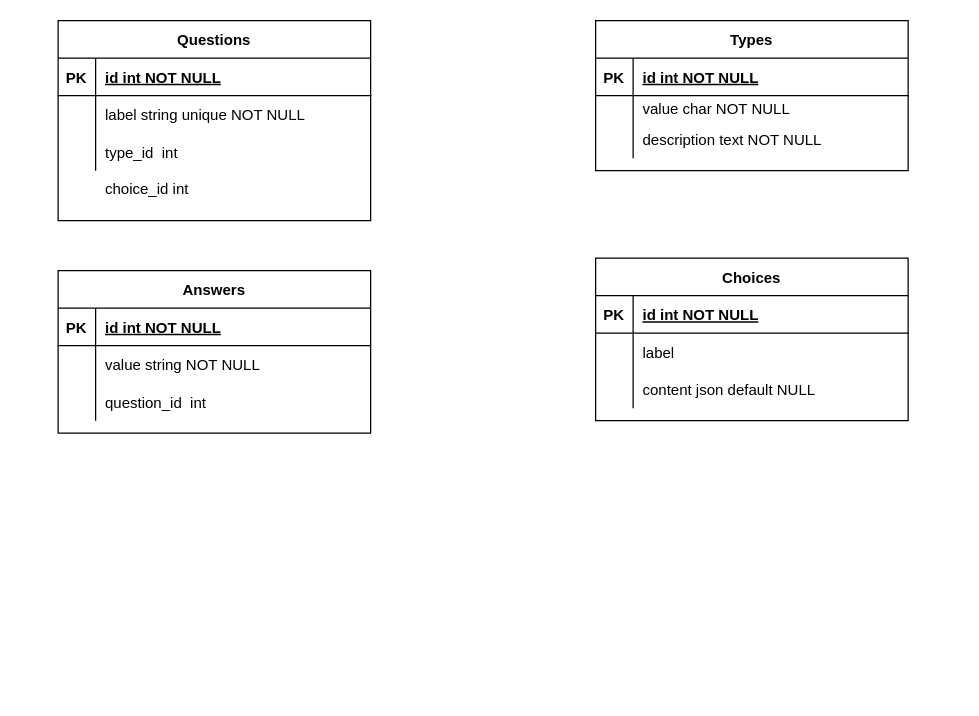
The draw.io diagram Untitled Diagram.drawio in tsioryras/conception_bigscreen, before the edit. Source tidied: cells renumbered, new cells numbered last; positions are measured from the earlier drawing's top-left corner, leaving out a move shared by most shapes. Both pictures are drawn from the tidied source at 125%, with x=0, y=0 at pixel (32, 20).
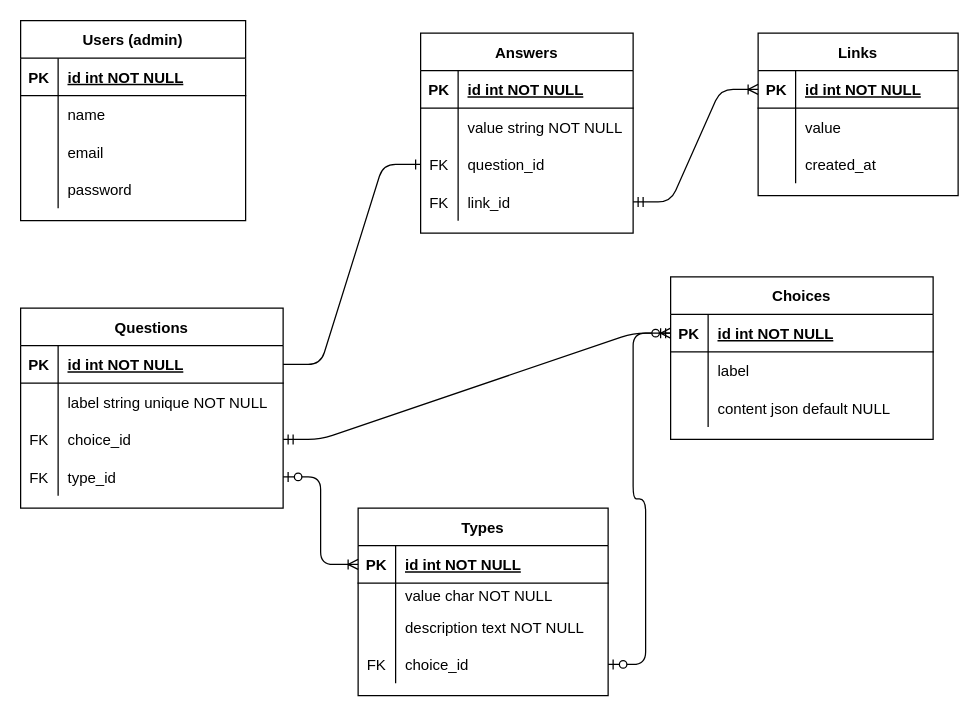
The same page after the edit.

Commit message:
all sheme done

Diff of the diagram source:
```diff
@@
-    <mxCell id="4" value="choice_id int " style="shape=partialRectangle;overflow=hidden;fillColor=none;top=0;left=0;bottom=0;right=0;align=left;spacingLeft=6;" parent="1" vertex="1">
-      <mxGeometry x="50" y="120" width="220" height="29" as="geometry" />
-    </mxCell>
+    <mxCell id="45" style="edgeStyle=entityRelationEdgeStyle;fontSize=12;html=1;endArrow=ERoneToMany;startArrow=ERmandOne;entryX=0;entryY=0.5;entryDx=0;entryDy=0;" parent="1" edge="1" source="60" target="64">
+      <mxGeometry relative="1" as="geometry" />
+    </mxCell>
+    <mxCell id="46" style="edgeStyle=entityRelationEdgeStyle;fontSize=12;html=1;endArrow=ERzeroToMany;startArrow=ERzeroToOne;entryX=0;entryY=0.5;entryDx=0;entryDy=0;exitX=1;exitY=0.5;exitDx=0;exitDy=0;" parent="1" edge="1" source="47" target="16">
+      <mxGeometry relative="1" as="geometry" />
+    </mxCell>
     <mxCell id="5" value="Types" style="shape=table;startSize=30;childLayout=tableLayout;rowLines=0;fontStyle=1;align=center;" parent="1" vertex="1">
-      <mxGeometry x="450" width="250" height="120" as="geometry" />
+      <mxGeometry x="260" y="390" width="200" height="150" as="geometry" />
     </mxCell>
     <mxCell id="6" style="shape=partialRectangle;fillColor=none;points=[[0,0.5],[1,0.5]];portConstraint=eastwest;top=0;left=0;right=0;bottom=1;" parent="5" vertex="1">
-      <mxGeometry y="30" width="250" height="30" as="geometry" />
+      <mxGeometry y="30" width="200" height="30" as="geometry" />
     </mxCell>
@@
     <mxCell id="8" value="id int NOT NULL " style="shape=partialRectangle;overflow=hidden;fillColor=none;top=0;left=0;bottom=0;right=0;align=left;spacingLeft=6;fontStyle=5;" parent="6" vertex="1">
-      <mxGeometry x="30" width="220" height="30" as="geometry" />
+      <mxGeometry x="30" width="170" height="30" as="geometry" />
     </mxCell>
     <mxCell id="9" style="shape=partialRectangle;fillColor=none;top=0;left=0;right=0;bottom=0;" parent="5" vertex="1">
-      <mxGeometry y="60" width="250" height="20" as="geometry" />
+      <mxGeometry y="60" width="200" height="20" as="geometry" />
     </mxCell>
@@
     <mxCell id="11" value="value char NOT NULL" style="shape=partialRectangle;overflow=hidden;fillColor=none;top=0;left=0;bottom=0;right=0;align=left;spacingLeft=6;" parent="9" vertex="1">
-      <mxGeometry x="30" width="220" height="20" as="geometry" />
+      <mxGeometry x="30" width="170" height="20" as="geometry" />
     </mxCell>
     <mxCell id="12" style="shape=partialRectangle;fillColor=none;top=0;left=0;right=0;bottom=0;" parent="5" vertex="1">
-      <mxGeometry y="80" width="250" height="30" as="geometry" />
+      <mxGeometry y="80" width="200" height="30" as="geometry" />
     </mxCell>
@@
     <mxCell id="14" value="description text NOT NULL" style="shape=partialRectangle;overflow=hidden;fillColor=none;top=0;left=0;bottom=0;right=0;align=left;spacingLeft=6;" parent="12" vertex="1">
-      <mxGeometry x="30" width="220" height="30" as="geometry" />
+      <mxGeometry x="30" width="170" height="30" as="geometry" />
     </mxCell>
+    <mxCell id="47" style="shape=partialRectangle;fillColor=none;top=0;left=0;bottom=0;right=0;points=[[0,0.5],[1,0.5]];portConstraint=eastwest;" parent="5" vertex="1">
+      <mxGeometry y="110" width="200" height="30" as="geometry" />
+    </mxCell>
+    <mxCell id="48" value="FK" style="shape=partialRectangle;fillColor=none;top=0;left=0;bottom=0;right=0;fontStyle=0;overflow=hidden;" parent="47" vertex="1">
+      <mxGeometry width="30" height="30" as="geometry" />
+    </mxCell>
+    <mxCell id="49" value="choice_id" style="shape=partialRectangle;fillColor=none;top=0;left=0;bottom=0;right=0;align=left;spacingLeft=6;fontStyle=0;overflow=hidden;" parent="47" vertex="1">
+      <mxGeometry x="30" width="170" height="30" as="geometry" />
+    </mxCell>
+    <mxCell id="50" style="edgeStyle=entityRelationEdgeStyle;fontSize=12;html=1;endArrow=ERmandOne;startArrow=ERmandOne;entryX=0;entryY=0.5;entryDx=0;entryDy=0;exitX=1;exitY=0.5;exitDx=0;exitDy=0;" parent="1" edge="1" source="51" target="16">
+      <mxGeometry relative="1" as="geometry" />
+    </mxCell>
     <mxCell id="15" value="Choices" style="shape=table;startSize=30;childLayout=tableLayout;rowLines=0;fontStyle=1;align=center;" parent="1" vertex="1">
-      <mxGeometry x="450" y="190" width="250" height="130" as="geometry" />
+      <mxGeometry x="510" y="205" width="210" height="130" as="geometry" />
     </mxCell>
     <mxCell id="16" style="shape=partialRectangle;fillColor=none;points=[[0,0.5],[1,0.5]];portConstraint=eastwest;top=0;left=0;right=0;bottom=1;" parent="15" vertex="1">
-      <mxGeometry y="30" width="250" height="30" as="geometry" />
+      <mxGeometry y="30" width="210" height="30" as="geometry" />
     </mxCell>
@@
     <mxCell id="18" value="id int NOT NULL " style="shape=partialRectangle;overflow=hidden;fillColor=none;top=0;left=0;bottom=0;right=0;align=left;spacingLeft=6;fontStyle=5;" parent="16" vertex="1">
-      <mxGeometry x="30" width="220" height="30" as="geometry" />
+      <mxGeometry x="30" width="180" height="30" as="geometry" />
     </mxCell>
     <mxCell id="19" style="shape=partialRectangle;fillColor=none;top=0;left=0;right=0;bottom=0;" parent="15" vertex="1">
-      <mxGeometry y="60" width="250" height="30" as="geometry" />
+      <mxGeometry y="60" width="210" height="30" as="geometry" />
     </mxCell>
@@
     <mxCell id="21" value="label" style="shape=partialRectangle;overflow=hidden;fillColor=none;top=0;left=0;bottom=0;right=0;align=left;spacingLeft=6;" parent="19" vertex="1">
-      <mxGeometry x="30" width="220" height="30" as="geometry" />
+      <mxGeometry x="30" width="180" height="30" as="geometry" />
     </mxCell>
     <mxCell id="22" style="shape=partialRectangle;fillColor=none;top=0;left=0;right=0;bottom=0;" parent="15" vertex="1">
-      <mxGeometry y="90" width="250" height="30" as="geometry" />
+      <mxGeometry y="90" width="210" height="30" as="geometry" />
     </mxCell>
@@
     <mxCell id="24" value="content json default NULL" style="shape=partialRectangle;overflow=hidden;fillColor=none;top=0;left=0;bottom=0;right=0;align=left;spacingLeft=6;" parent="22" vertex="1">
-      <mxGeometry x="30" width="220" height="30" as="geometry" />
+      <mxGeometry x="30" width="180" height="30" as="geometry" />
     </mxCell>
+    <mxCell id="35" value="Questions" style="shape=table;startSize=30;childLayout=tableLayout;rowLines=0;fontStyle=1;align=center;" parent="1" vertex="1">
+      <mxGeometry x="-10" y="230" width="210" height="160" as="geometry" />
+    </mxCell>
+    <mxCell id="36" style="shape=partialRectangle;fillColor=none;points=[[0,0.5],[1,0.5]];portConstraint=eastwest;top=0;left=0;right=0;bottom=1;" parent="35" vertex="1">
+      <mxGeometry y="30" width="210" height="30" as="geometry" />
+    </mxCell>
+    <mxCell id="37" value="PK" style="shape=partialRectangle;overflow=hidden;fillColor=none;top=0;left=0;bottom=0;right=0;fontStyle=1;" parent="36" vertex="1">
+      <mxGeometry width="30" height="30" as="geometry" />
+    </mxCell>
+    <mxCell id="38" value="id int NOT NULL " style="shape=partialRectangle;overflow=hidden;fillColor=none;top=0;left=0;bottom=0;right=0;align=left;spacingLeft=6;fontStyle=5;" parent="36" vertex="1">
+      <mxGeometry x="30" width="180" height="30" as="geometry" />
+    </mxCell>
+    <mxCell id="39" style="shape=partialRectangle;fillColor=none;top=0;left=0;right=0;bottom=0;" parent="35" vertex="1">
+      <mxGeometry y="60" width="210" height="30" as="geometry" />
+    </mxCell>
+    <mxCell id="40" style="shape=partialRectangle;overflow=hidden;fillColor=none;top=0;left=0;bottom=0;right=0;" parent="39" vertex="1">
+      <mxGeometry width="30" height="30" as="geometry" />
+    </mxCell>
+    <mxCell id="41" value="label string unique NOT NULL" style="shape=partialRectangle;overflow=hidden;fillColor=none;top=0;left=0;bottom=0;right=0;align=left;spacingLeft=6;" parent="39" vertex="1">
+      <mxGeometry x="30" width="180" height="30" as="geometry" />
+    </mxCell>
+    <mxCell id="51" style="shape=partialRectangle;fillColor=none;top=0;left=0;bottom=0;right=0;points=[[0,0.5],[1,0.5]];portConstraint=eastwest;" parent="35" vertex="1">
+      <mxGeometry y="90" width="210" height="30" as="geometry" />
+    </mxCell>
+    <mxCell id="52" value="FK" style="shape=partialRectangle;fillColor=none;top=0;left=0;bottom=0;right=0;fontStyle=0;overflow=hidden;" parent="51" vertex="1">
+      <mxGeometry width="30" height="30" as="geometry" />
+    </mxCell>
+    <mxCell id="53" value="choice_id" style="shape=partialRectangle;fillColor=none;top=0;left=0;bottom=0;right=0;align=left;spacingLeft=6;fontStyle=0;overflow=hidden;" parent="51" vertex="1">
+      <mxGeometry x="30" width="180" height="30" as="geometry" />
+    </mxCell>
+    <mxCell id="54" style="shape=partialRectangle;fillColor=none;top=0;left=0;bottom=0;right=0;points=[[0,0.5],[1,0.5]];portConstraint=eastwest;" parent="35" vertex="1">
+      <mxGeometry y="120" width="210" height="30" as="geometry" />
+    </mxCell>
+    <mxCell id="55" value="FK" style="shape=partialRectangle;fillColor=none;top=0;left=0;bottom=0;right=0;fontStyle=0;overflow=hidden;" parent="54" vertex="1">
+      <mxGeometry width="30" height="30" as="geometry" />
+    </mxCell>
+    <mxCell id="56" value="type_id" style="shape=partialRectangle;fillColor=none;top=0;left=0;bottom=0;right=0;align=left;spacingLeft=6;fontStyle=0;overflow=hidden;" parent="54" vertex="1">
+      <mxGeometry x="30" width="180" height="30" as="geometry" />
+    </mxCell>
     <mxCell id="25" value="Answers" style="shape=table;startSize=30;childLayout=tableLayout;rowLines=0;fontStyle=1;align=center;" parent="1" vertex="1">
-      <mxGeometry x="20" y="200" width="250" height="130" as="geometry" />
+      <mxGeometry x="310" y="10" width="170" height="160" as="geometry" />
     </mxCell>
     <mxCell id="26" style="shape=partialRectangle;fillColor=none;top=0;left=0;right=0;bottom=1;" parent="25" vertex="1">
-      <mxGeometry y="30" width="250" height="30" as="geometry" />
+      <mxGeometry y="30" width="170" height="30" as="geometry" />
     </mxCell>
@@
     <mxCell id="28" value="id int NOT NULL " style="shape=partialRectangle;overflow=hidden;fillColor=none;top=0;left=0;bottom=0;right=0;align=left;spacingLeft=6;fontStyle=5;" parent="26" vertex="1">
-      <mxGeometry x="30" width="220" height="30" as="geometry" />
+      <mxGeometry x="30" width="140" height="30" as="geometry" />
     </mxCell>
     <mxCell id="29" style="shape=partialRectangle;fillColor=none;top=0;left=0;right=0;bottom=0;" parent="25" vertex="1">
-      <mxGeometry y="60" width="250" height="30" as="geometry" />
+      <mxGeometry y="60" width="170" height="30" as="geometry" />
     </mxCell>
@@
     <mxCell id="31" value="value string NOT NULL" style="shape=partialRectangle;overflow=hidden;fillColor=none;top=0;left=0;bottom=0;right=0;align=left;spacingLeft=6;" parent="29" vertex="1">
-      <mxGeometry x="30" width="220" height="30" as="geometry" />
+      <mxGeometry x="30" width="140" height="30" as="geometry" />
     </mxCell>
-    <mxCell id="32" style="shape=partialRectangle;fillColor=none;top=0;left=0;right=0;bottom=0;" parent="25" vertex="1">
-      <mxGeometry y="90" width="250" height="30" as="geometry" />
-    </mxCell>
-    <mxCell id="33" style="shape=partialRectangle;overflow=hidden;fillColor=none;top=0;left=0;bottom=0;right=0;" parent="32" vertex="1">
-      <mxGeometry width="30" height="30" as="geometry" />
-    </mxCell>
-    <mxCell id="34" value="question_id  int" style="shape=partialRectangle;overflow=hidden;fillColor=none;top=0;left=0;bottom=0;right=0;align=left;spacingLeft=6;" parent="32" vertex="1">
-      <mxGeometry x="30" width="220" height="30" as="geometry" />
-    </mxCell>
-    <mxCell id="35" value="Questions" style="shape=table;startSize=30;childLayout=tableLayout;rowLines=0;fontStyle=1;align=center;" parent="1" vertex="1">
-      <mxGeometry x="20" width="250" height="160" as="geometry" />
-    </mxCell>
-    <mxCell id="36" style="shape=partialRectangle;fillColor=none;points=[[0,0.5],[1,0.5]];portConstraint=eastwest;top=0;left=0;right=0;bottom=1;" parent="35" vertex="1">
-      <mxGeometry y="30" width="250" height="30" as="geometry" />
-    </mxCell>
-    <mxCell id="37" value="PK" style="shape=partialRectangle;overflow=hidden;fillColor=none;top=0;left=0;bottom=0;right=0;fontStyle=1;" parent="36" vertex="1">
-      <mxGeometry width="30" height="30" as="geometry" />
-    </mxCell>
-    <mxCell id="38" value="id int NOT NULL " style="shape=partialRectangle;overflow=hidden;fillColor=none;top=0;left=0;bottom=0;right=0;align=left;spacingLeft=6;fontStyle=5;" parent="36" vertex="1">
-      <mxGeometry x="30" width="220" height="30" as="geometry" />
-    </mxCell>
-    <mxCell id="39" style="shape=partialRectangle;fillColor=none;top=0;left=0;right=0;bottom=0;" parent="35" vertex="1">
-      <mxGeometry y="60" width="250" height="30" as="geometry" />
-    </mxCell>
-    <mxCell id="40" style="shape=partialRectangle;overflow=hidden;fillColor=none;top=0;left=0;bottom=0;right=0;" parent="39" vertex="1">
-      <mxGeometry width="30" height="30" as="geometry" />
-    </mxCell>
-    <mxCell id="41" value="label string unique NOT NULL" style="shape=partialRectangle;overflow=hidden;fillColor=none;top=0;left=0;bottom=0;right=0;align=left;spacingLeft=6;" parent="39" vertex="1">
-      <mxGeometry x="30" width="220" height="30" as="geometry" />
-    </mxCell>
-    <mxCell id="42" style="shape=partialRectangle;fillColor=none;top=0;left=0;right=0;bottom=0;" parent="35" vertex="1">
-      <mxGeometry y="90" width="250" height="30" as="geometry" />
-    </mxCell>
-    <mxCell id="43" style="shape=partialRectangle;overflow=hidden;fillColor=none;top=0;left=0;bottom=0;right=0;" parent="42" vertex="1">
-      <mxGeometry width="30" height="30" as="geometry" />
-    </mxCell>
-    <mxCell id="44" value="type_id  int" style="shape=partialRectangle;overflow=hidden;fillColor=none;top=0;left=0;bottom=0;right=0;align=left;spacingLeft=6;" parent="42" vertex="1">
-      <mxGeometry x="30" width="220" height="30" as="geometry" />
-    </mxCell>
+    <mxCell id="57" style="shape=partialRectangle;fillColor=none;top=0;left=0;bottom=0;right=0;points=[[0,0.5],[1,0.5]];portConstraint=eastwest;" parent="25" vertex="1">
+      <mxGeometry y="90" width="170" height="30" as="geometry" />
+    </mxCell>
+    <mxCell id="58" value="FK" style="shape=partialRectangle;fillColor=none;top=0;left=0;bottom=0;right=0;fontStyle=0;overflow=hidden;" parent="57" vertex="1">
+      <mxGeometry width="30" height="30" as="geometry" />
+    </mxCell>
+    <mxCell id="59" value="question_id" style="shape=partialRectangle;fillColor=none;top=0;left=0;bottom=0;right=0;align=left;spacingLeft=6;fontStyle=0;overflow=hidden;" parent="57" vertex="1">
+      <mxGeometry x="30" width="140" height="30" as="geometry" />
+    </mxCell>
+    <mxCell id="60" style="shape=partialRectangle;fillColor=none;top=0;left=0;bottom=0;right=0;points=[[0,0.5],[1,0.5]];portConstraint=eastwest;" parent="25" vertex="1">
+      <mxGeometry y="120" width="170" height="30" as="geometry" />
+    </mxCell>
+    <mxCell id="61" value="FK" style="shape=partialRectangle;fillColor=none;top=0;left=0;bottom=0;right=0;fontStyle=0;overflow=hidden;" parent="60" vertex="1">
+      <mxGeometry width="30" height="30" as="geometry" />
+    </mxCell>
+    <mxCell id="62" value="link_id" style="shape=partialRectangle;fillColor=none;top=0;left=0;bottom=0;right=0;align=left;spacingLeft=6;fontStyle=0;overflow=hidden;" parent="60" vertex="1">
+      <mxGeometry x="30" width="140" height="30" as="geometry" />
+    </mxCell>
+    <mxCell id="63" value="Links" style="shape=table;startSize=30;childLayout=tableLayout;rowLines=0;fontStyle=1;align=center;" parent="1" vertex="1">
+      <mxGeometry x="580" y="10" width="160" height="130" as="geometry" />
+    </mxCell>
+    <mxCell id="64" style="shape=partialRectangle;fillColor=none;top=0;left=0;bottom=1;right=0;points=[[0,0.5],[1,0.5]];portConstraint=eastwest;" parent="63" vertex="1">
+      <mxGeometry y="30" width="160" height="30" as="geometry" />
+    </mxCell>
+    <mxCell id="65" value="PK" style="shape=partialRectangle;fillColor=none;top=0;left=0;bottom=0;right=0;fontStyle=1;overflow=hidden;" parent="64" vertex="1">
+      <mxGeometry width="30" height="30" as="geometry" />
+    </mxCell>
+    <mxCell id="66" value="id int NOT NULL" style="shape=partialRectangle;fillColor=none;top=0;left=0;bottom=0;right=0;align=left;spacingLeft=6;fontStyle=5;overflow=hidden;" parent="64" vertex="1">
+      <mxGeometry x="30" width="130" height="30" as="geometry" />
+    </mxCell>
+    <mxCell id="67" style="shape=partialRectangle;fillColor=none;top=0;left=0;bottom=0;right=0;" parent="63" vertex="1">
+      <mxGeometry y="60" width="160" height="30" as="geometry" />
+    </mxCell>
+    <mxCell id="68" style="shape=partialRectangle;fillColor=none;top=0;left=0;bottom=0;right=0;overflow=hidden;" parent="67" vertex="1">
+      <mxGeometry width="30" height="30" as="geometry" />
+    </mxCell>
+    <mxCell id="69" value="value" style="shape=partialRectangle;fillColor=none;top=0;left=0;bottom=0;right=0;align=left;spacingLeft=6;overflow=hidden;" parent="67" vertex="1">
+      <mxGeometry x="30" width="130" height="30" as="geometry" />
+    </mxCell>
+    <mxCell id="70" style="shape=partialRectangle;fillColor=none;top=0;left=0;bottom=0;right=0;" parent="63" vertex="1">
+      <mxGeometry y="90" width="160" height="30" as="geometry" />
+    </mxCell>
+    <mxCell id="71" style="shape=partialRectangle;fillColor=none;top=0;left=0;bottom=0;right=0;overflow=hidden;" parent="70" vertex="1">
+      <mxGeometry width="30" height="30" as="geometry" />
+    </mxCell>
+    <mxCell id="72" value="created_at" style="shape=partialRectangle;fillColor=none;top=0;left=0;bottom=0;right=0;align=left;spacingLeft=6;overflow=hidden;" parent="70" vertex="1">
+      <mxGeometry x="30" width="130" height="30" as="geometry" />
+    </mxCell>
+    <mxCell id="73" style="edgeStyle=entityRelationEdgeStyle;fontSize=12;html=1;endArrow=ERone;endFill=1;entryX=0;entryY=0.5;entryDx=0;entryDy=0;exitX=1;exitY=0.5;exitDx=0;exitDy=0;" parent="1" edge="1" source="36" target="57">
+      <mxGeometry relative="1" as="geometry" />
+    </mxCell>
+    <mxCell id="74" style="edgeStyle=entityRelationEdgeStyle;fontSize=12;html=1;endArrow=ERoneToMany;startArrow=ERzeroToOne;exitX=1;exitY=0.5;exitDx=0;exitDy=0;entryX=0;entryY=0.5;entryDx=0;entryDy=0;" parent="1" edge="1" source="54" target="6">
+      <mxGeometry relative="1" as="geometry" />
+    </mxCell>
+    <mxCell id="75" value="Users (admin)" style="shape=table;startSize=30;childLayout=tableLayout;rowLines=0;fontStyle=1;align=center;" parent="1" vertex="1">
+      <mxGeometry x="-10" width="180" height="160" as="geometry" />
+    </mxCell>
+    <mxCell id="76" style="shape=partialRectangle;fillColor=none;top=0;left=0;bottom=1;right=0;" parent="75" vertex="1">
+      <mxGeometry y="30" width="180" height="30" as="geometry" />
+    </mxCell>
+    <mxCell id="77" value="PK" style="shape=partialRectangle;fillColor=none;top=0;left=0;bottom=0;right=0;fontStyle=1;overflow=hidden;" parent="76" vertex="1">
+      <mxGeometry width="30" height="30" as="geometry" />
+    </mxCell>
+    <mxCell id="78" value="id int NOT NULL" style="shape=partialRectangle;fillColor=none;top=0;left=0;bottom=0;right=0;align=left;spacingLeft=6;fontStyle=5;overflow=hidden;" parent="76" vertex="1">
+      <mxGeometry x="30" width="150" height="30" as="geometry" />
+    </mxCell>
+    <mxCell id="79" style="shape=partialRectangle;fillColor=none;top=0;left=0;bottom=0;right=0;" parent="75" vertex="1">
+      <mxGeometry y="60" width="180" height="30" as="geometry" />
+    </mxCell>
+    <mxCell id="80" style="shape=partialRectangle;fillColor=none;top=0;left=0;bottom=0;right=0;overflow=hidden;" parent="79" vertex="1">
+      <mxGeometry width="30" height="30" as="geometry" />
+    </mxCell>
+    <mxCell id="81" value="name" style="shape=partialRectangle;fillColor=none;top=0;left=0;bottom=0;right=0;align=left;spacingLeft=6;overflow=hidden;" parent="79" vertex="1">
+      <mxGeometry x="30" width="150" height="30" as="geometry" />
+    </mxCell>
+    <mxCell id="82" style="shape=partialRectangle;fillColor=none;top=0;left=0;bottom=0;right=0;" parent="75" vertex="1">
+      <mxGeometry y="90" width="180" height="30" as="geometry" />
+    </mxCell>
+    <mxCell id="83" style="shape=partialRectangle;fillColor=none;top=0;left=0;bottom=0;right=0;overflow=hidden;" parent="82" vertex="1">
+      <mxGeometry width="30" height="30" as="geometry" />
+    </mxCell>
+    <mxCell id="84" value="email" style="shape=partialRectangle;fillColor=none;top=0;left=0;bottom=0;right=0;align=left;spacingLeft=6;overflow=hidden;" parent="82" vertex="1">
+      <mxGeometry x="30" width="150" height="30" as="geometry" />
+    </mxCell>
+    <mxCell id="85" style="shape=partialRectangle;fillColor=none;top=0;left=0;bottom=0;right=0;" parent="75" vertex="1">
+      <mxGeometry y="120" width="180" height="30" as="geometry" />
+    </mxCell>
+    <mxCell id="86" style="shape=partialRectangle;fillColor=none;top=0;left=0;bottom=0;right=0;overflow=hidden;" parent="85" vertex="1">
+      <mxGeometry width="30" height="30" as="geometry" />
+    </mxCell>
+    <mxCell id="87" value="password" style="shape=partialRectangle;fillColor=none;top=0;left=0;bottom=0;right=0;align=left;spacingLeft=6;overflow=hidden;" parent="85" vertex="1">
+      <mxGeometry x="30" width="150" height="30" as="geometry" />
+    </mxCell>
```
